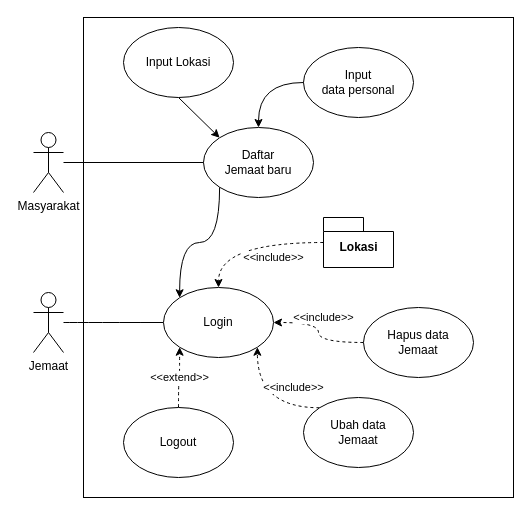
This is page "Page-1" (1 of 3) of UseCaseDiagram.drawio from Raymond-15/requirements, a draw.io file, before an edit. Source tidied: cells renumbered, new cells numbered last; positions are measured from the earlier drawing's top-left corner, leaving out a move shared by most shapes. Both pictures are drawn from the tidied source at 100%, with x=0, y=0 at pixel (33, 17).
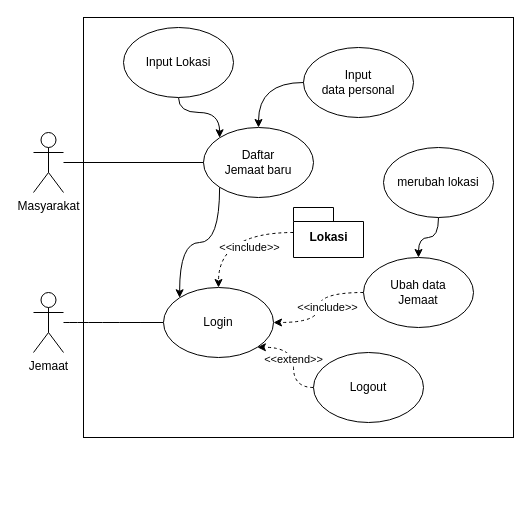
Above is the later version.

The change refers to these unchanged cells:
```xml
<mxCell id="6" value="Daftar &lt;br&gt;Jemaat baru" style="ellipse;whiteSpace=wrap;html=1;" parent="1" vertex="1">
  <mxGeometry x="170" y="110" width="110" height="70" as="geometry" />
</mxCell>
<mxCell id="9" value="Login" style="ellipse;whiteSpace=wrap;html=1;" parent="1" vertex="1">
  <mxGeometry x="130" y="270" width="110" height="70" as="geometry" />
</mxCell>
<mxCell id="15" value="Input Lokasi" style="ellipse;whiteSpace=wrap;html=1;" parent="1" vertex="1">
  <mxGeometry x="90" y="10" width="110" height="70" as="geometry" />
</mxCell>
```

What changed in the source:
```diff
@@
     <mxCell id="2" style="rounded=0;whiteSpace=wrap;html=1;fillColor=none;" parent="1" vertex="1">
-      <mxGeometry x="50" width="430" height="480" as="geometry" />
+      <mxGeometry x="50" width="430" height="420" as="geometry" />
     </mxCell>
@@
-    <mxCell id="7" value="&amp;lt;&amp;lt;include&amp;gt;&amp;gt;" style="edgeStyle=orthogonalEdgeStyle;rounded=0;jettySize=auto;html=1;entryX=1;entryY=1;entryDx=0;entryDy=0;curved=1;exitX=0;exitY=0;exitDx=0;exitDy=0;dashed=1;" parent="1" edge="1" source="8" target="9">
-      <mxGeometry x="-0.57" y="-20" relative="1" as="geometry" />
-    </mxCell>
+    <mxCell id="10" value="&amp;lt;&amp;lt;include&amp;gt;&amp;gt;" style="edgeStyle=orthogonalEdgeStyle;rounded=0;jettySize=auto;html=1;entryX=1;entryY=0.5;entryDx=0;entryDy=0;curved=1;dashed=1;" parent="1" edge="1" source="8" target="9">
+      <mxGeometry x="-0.4" y="15" relative="1" as="geometry" />
+    </mxCell>
     <mxCell id="8" value="Ubah data&lt;br&gt;Jemaat" style="ellipse;whiteSpace=wrap;html=1;" parent="1" vertex="1">
-      <mxGeometry x="270" y="380" width="110" height="70" as="geometry" />
+      <mxGeometry x="330" y="240" width="110" height="70" as="geometry" />
     </mxCell>
@@
-    <mxCell id="10" value="&amp;lt;&amp;lt;include&amp;gt;&amp;gt;" style="edgeStyle=orthogonalEdgeStyle;rounded=0;jettySize=auto;html=1;entryX=1;entryY=0.5;entryDx=0;entryDy=0;curved=1;dashed=1;" parent="1" edge="1" source="11" target="9">
-      <mxGeometry x="0.18" y="-7" relative="1" as="geometry">
-        <mxPoint x="5" y="2" as="offset" />
-      </mxGeometry>
-    </mxCell>
-    <mxCell id="11" value="Hapus data&lt;br&gt;Jemaat" style="ellipse;whiteSpace=wrap;html=1;" parent="1" vertex="1">
-      <mxGeometry x="330" y="290" width="110" height="70" as="geometry" />
-    </mxCell>
-    <mxCell id="12" value="&amp;lt;&amp;lt;extend&amp;gt;&amp;gt;" style="edgeStyle=orthogonalEdgeStyle;rounded=0;jettySize=auto;html=1;entryX=0;entryY=1;entryDx=0;entryDy=0;curved=1;dashed=1;" parent="1" edge="1" source="13" target="9">
+    <mxCell id="12" value="&amp;lt;&amp;lt;extend&amp;gt;&amp;gt;" style="edgeStyle=orthogonalEdgeStyle;rounded=0;jettySize=auto;html=1;entryX=1;entryY=1;entryDx=0;entryDy=0;curved=1;dashed=1;" parent="1" edge="1" source="13" target="9">
       <mxGeometry relative="1" as="geometry" />
     </mxCell>
     <mxCell id="13" value="Logout" style="ellipse;whiteSpace=wrap;html=1;" parent="1" vertex="1">
-      <mxGeometry x="90" y="390" width="110" height="70" as="geometry" />
+      <mxGeometry x="280" y="335" width="110" height="70" as="geometry" />
     </mxCell>
-    <mxCell id="14" style="endArrow=classic;html=1;rounded=0;exitX=0.5;exitY=1;exitDx=0;exitDy=0;entryX=0;entryY=0;entryDx=0;entryDy=0;jumpStyle=arc;jumpSize=27;endFill=1;" parent="1" edge="1" source="15" target="6">
+    <mxCell id="14" style="endArrow=classic;html=1;rounded=0;exitX=0.5;exitY=1;exitDx=0;exitDy=0;entryX=0;entryY=0;entryDx=0;entryDy=0;jumpStyle=arc;jumpSize=27;endFill=1;edgeStyle=orthogonalEdgeStyle;curved=1;" parent="1" edge="1" source="15" target="6">
       <mxGeometry relative="1" as="geometry" />
     </mxCell>
@@
     <mxCell id="19" value="Lokasi" style="shape=folder;fontStyle=1;spacingTop=10;tabWidth=40;tabHeight=14;tabPosition=left;html=1;" parent="1" vertex="1">
-      <mxGeometry x="290" y="200" width="70" height="50" as="geometry" />
+      <mxGeometry x="260" y="190" width="70" height="50" as="geometry" />
     </mxCell>
@@
+    <mxCell id="22" style="edgeStyle=orthogonalEdgeStyle;rounded=0;jettySize=auto;html=1;entryX=0.5;entryY=0;entryDx=0;entryDy=0;curved=1;" parent="1" edge="1" source="23" target="8">
+      <mxGeometry relative="1" as="geometry" />
+    </mxCell>
+    <mxCell id="23" value="merubah lokasi" style="ellipse;whiteSpace=wrap;html=1;" parent="1" vertex="1">
+      <mxGeometry x="350" y="130" width="110" height="70" as="geometry" />
+    </mxCell>
```
